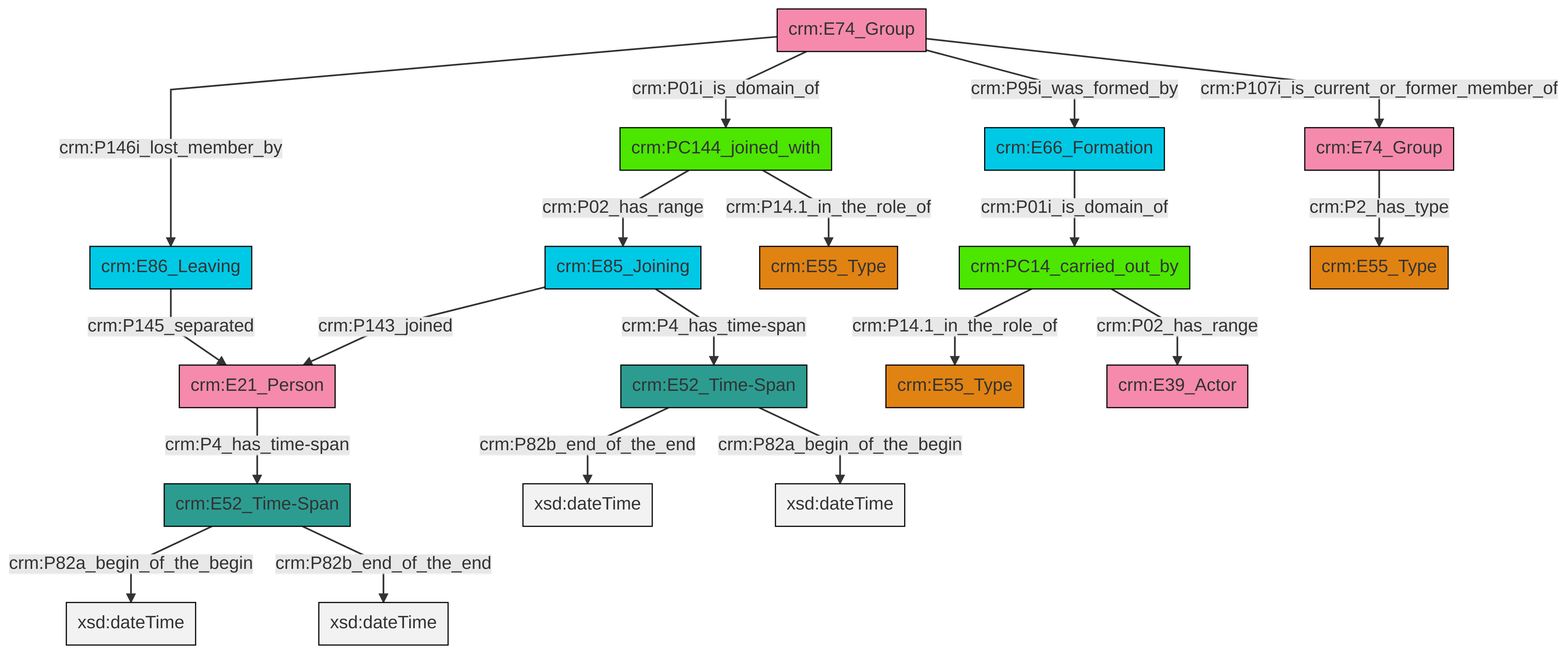
Before: et/groupCSV/ttl/mmd/png/group_actor_relations.png, a diagram exported from Mermaid (swiss-art-research-net/docs.swissartresearch). Its source is kept beside it as et/groupCSV/ttl/mmd/group_actor_relations.ttl.mmd.
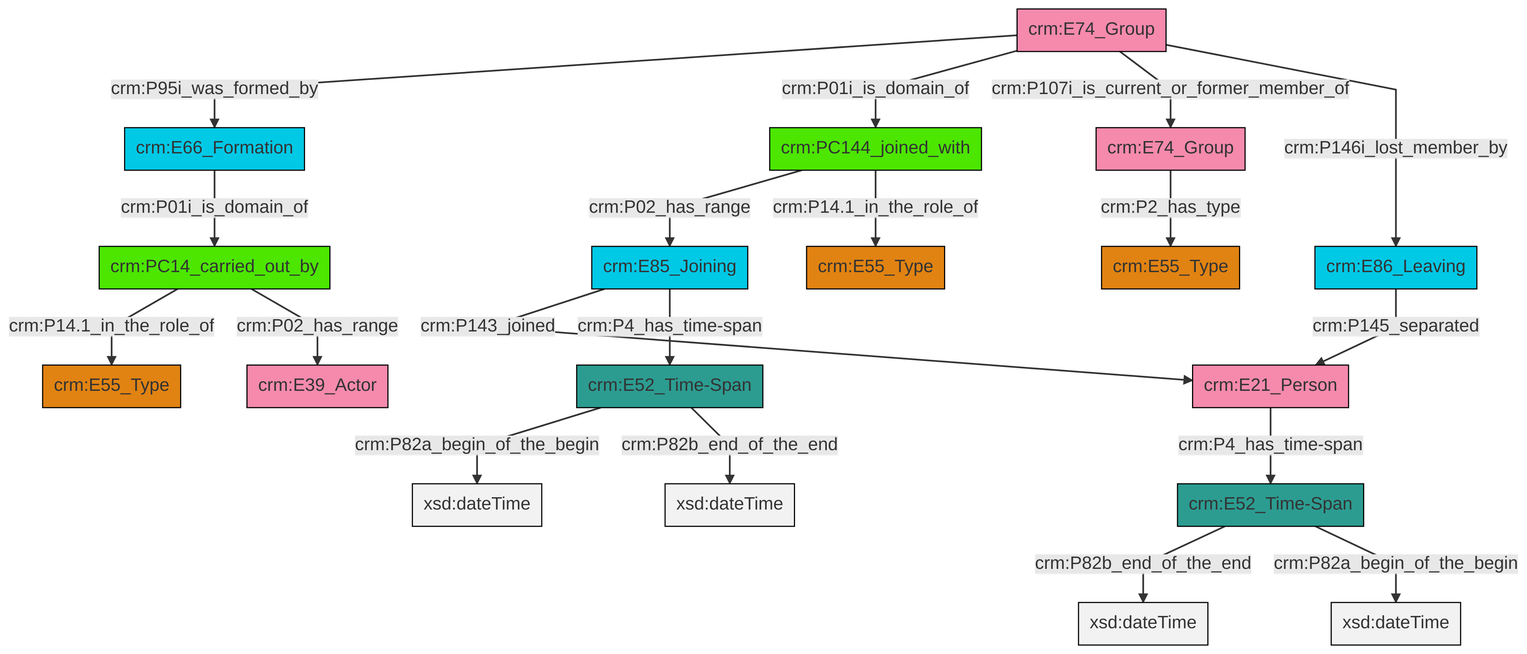
Above is the later version.

What changed in the source:
```diff
@@ -13,21 +13,21 @@
 classDef PC_Classes fill:#4ce600, stroke:#000000;
 classDef Multi fill:#cccccc,stroke:#000000;
 
-0["crm:E85_Joining"]:::Temporal_Entity -->|crm:P4_has_time-span| 1["crm:E52_Time-Span"]:::Time-Span
-4["crm:E86_Leaving"]:::Temporal_Entity -->|crm:P145_separated| 5["crm:E21_Person"]:::Actor
-6["crm:E74_Group"]:::Actor -->|crm:P107i_is_current_or_former_member_of| 7["crm:E74_Group"]:::Actor
-15["crm:PC144_joined_with"]:::PC_Classes -->|crm:P14.1_in_the_role_of| 13["crm:E55_Type"]:::Type
-6["crm:E74_Group"]:::Actor -->|crm:P95i_was_formed_by| 2["crm:E66_Formation"]:::Temporal_Entity
-16["crm:PC14_carried_out_by"]:::PC_Classes -->|crm:P14.1_in_the_role_of| 8["crm:E55_Type"]:::Type
-6["crm:E74_Group"]:::Actor -->|crm:P01i_is_domain_of| 15["crm:PC144_joined_with"]:::PC_Classes
-7["crm:E74_Group"]:::Actor -->|crm:P2_has_type| 19["crm:E55_Type"]:::Type
-0["crm:E85_Joining"]:::Temporal_Entity -->|crm:P143_joined| 5["crm:E21_Person"]:::Actor
-2["crm:E66_Formation"]:::Temporal_Entity -->|crm:P01i_is_domain_of| 16["crm:PC14_carried_out_by"]:::PC_Classes
-15["crm:PC144_joined_with"]:::PC_Classes -->|crm:P02_has_range| 0["crm:E85_Joining"]:::Temporal_Entity
-20["crm:E52_Time-Span"]:::Time-Span -->|crm:P82a_begin_of_the_begin| 26[xsd:dateTime]:::Literal
-16["crm:PC14_carried_out_by"]:::PC_Classes -->|crm:P02_has_range| 27["crm:E39_Actor"]:::Actor
-1["crm:E52_Time-Span"]:::Time-Span -->|crm:P82b_end_of_the_end| 29[xsd:dateTime]:::Literal
-20["crm:E52_Time-Span"]:::Time-Span -->|crm:P82b_end_of_the_end| 30[xsd:dateTime]:::Literal
-1["crm:E52_Time-Span"]:::Time-Span -->|crm:P82a_begin_of_the_begin| 32[xsd:dateTime]:::Literal
-5["crm:E21_Person"]:::Actor -->|crm:P4_has_time-span| 20["crm:E52_Time-Span"]:::Time-Span
-6["crm:E74_Group"]:::Actor -->|crm:P146i_lost_member_by| 4["crm:E86_Leaving"]:::Temporal_Entity
+2["crm:PC144_joined_with"]:::PC_Classes -->|crm:P02_has_range| 3["crm:E85_Joining"]:::Temporal_Entity
+5["crm:E52_Time-Span"]:::Time-Span -->|crm:P82a_begin_of_the_begin| 6[xsd:dateTime]:::Literal
+9["crm:E74_Group"]:::Actor -->|crm:P2_has_type| 10["crm:E55_Type"]:::Type
+11["crm:E86_Leaving"]:::Temporal_Entity -->|crm:P145_separated| 12["crm:E21_Person"]:::Actor
+3["crm:E85_Joining"]:::Temporal_Entity -->|crm:P143_joined| 12["crm:E21_Person"]:::Actor
+3["crm:E85_Joining"]:::Temporal_Entity -->|crm:P4_has_time-span| 5["crm:E52_Time-Span"]:::Time-Span
+18["crm:E74_Group"]:::Actor -->|crm:P95i_was_formed_by| 19["crm:E66_Formation"]:::Temporal_Entity
+5["crm:E52_Time-Span"]:::Time-Span -->|crm:P82b_end_of_the_end| 22[xsd:dateTime]:::Literal
+19["crm:E66_Formation"]:::Temporal_Entity -->|crm:P01i_is_domain_of| 16["crm:PC14_carried_out_by"]:::PC_Classes
+18["crm:E74_Group"]:::Actor -->|crm:P01i_is_domain_of| 2["crm:PC144_joined_with"]:::PC_Classes
+12["crm:E21_Person"]:::Actor -->|crm:P4_has_time-span| 7["crm:E52_Time-Span"]:::Time-Span
+18["crm:E74_Group"]:::Actor -->|crm:P107i_is_current_or_former_member_of| 9["crm:E74_Group"]:::Actor
+16["crm:PC14_carried_out_by"]:::PC_Classes -->|crm:P14.1_in_the_role_of| 24["crm:E55_Type"]:::Type
+18["crm:E74_Group"]:::Actor -->|crm:P146i_lost_member_by| 11["crm:E86_Leaving"]:::Temporal_Entity
+7["crm:E52_Time-Span"]:::Time-Span -->|crm:P82b_end_of_the_end| 28[xsd:dateTime]:::Literal
+2["crm:PC144_joined_with"]:::PC_Classes -->|crm:P14.1_in_the_role_of| 0["crm:E55_Type"]:::Type
+16["crm:PC14_carried_out_by"]:::PC_Classes -->|crm:P02_has_range| 31["crm:E39_Actor"]:::Actor
+7["crm:E52_Time-Span"]:::Time-Span -->|crm:P82a_begin_of_the_begin| 32[xsd:dateTime]:::Literal
```
